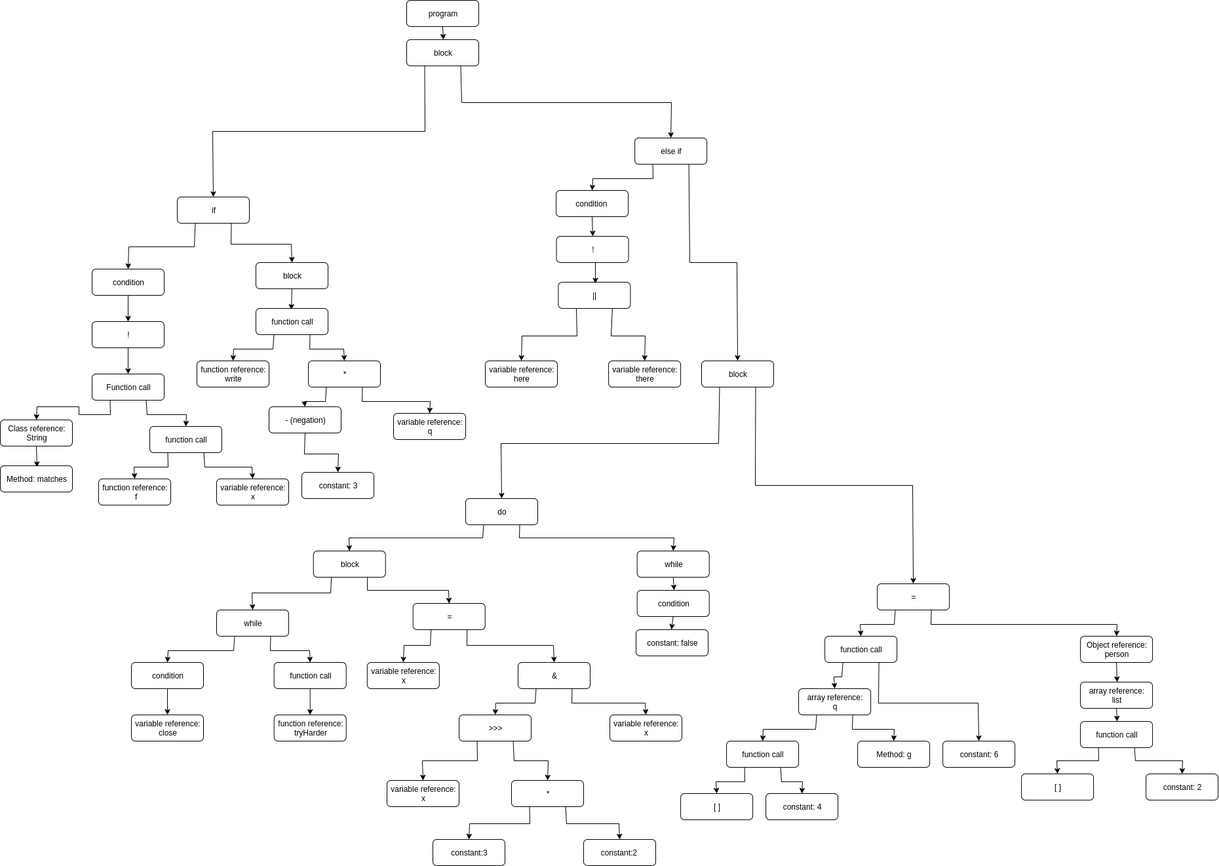
Earlier version of the draw.io export homework1/java_ast.png (Timson99/cmsi488). Source tidied: cells renumbered, new cells last; positions are measured from the earlier drawing's top-left corner, leaving out a move shared by most shapes.
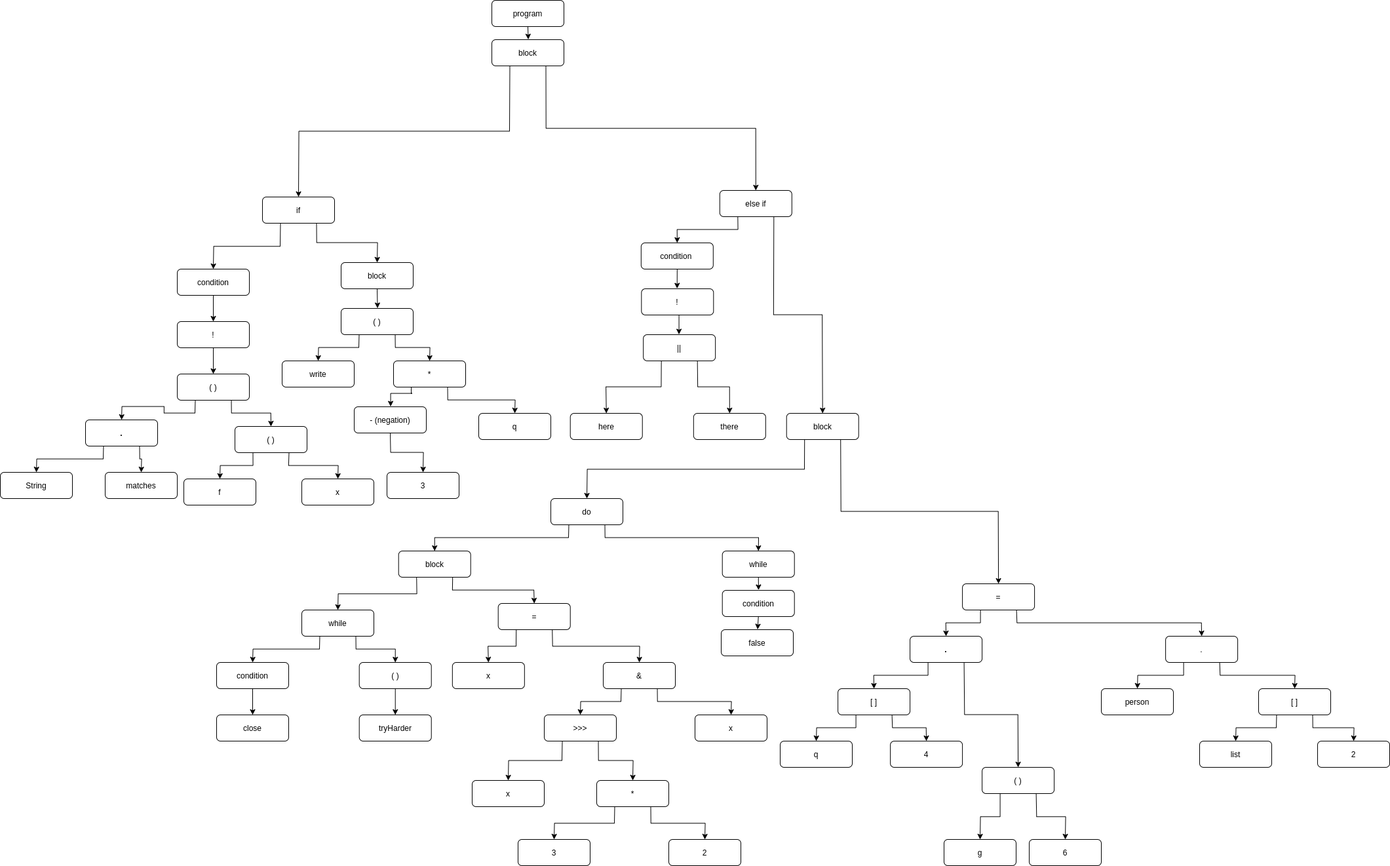
After the commit.

Commit message:
abstracts abstract syntax tree more

The edit, as a diff of the source:
```diff
@@ -52,13 +52,16 @@
     </mxCell>
-    <mxCell id="18" value="Function call" style="rounded=1;whiteSpace=wrap;html=1;" parent="1" vertex="1">
+    <mxCell id="18" value="( )" style="rounded=1;whiteSpace=wrap;html=1;" parent="1" vertex="1">
       <mxGeometry x="140" y="570" width="110" height="40" as="geometry" />
     </mxCell>
-    <mxCell id="19" style="edgeStyle=orthogonalEdgeStyle;rounded=0;jettySize=auto;html=1;exitX=0.5;exitY=1;exitDx=0;exitDy=0;entryX=0.5;entryY=0;entryDx=0;entryDy=0;" parent="1" edge="1" source="20" target="21">
+    <mxCell id="19" style="edgeStyle=orthogonalEdgeStyle;rounded=0;jettySize=auto;html=1;exitX=0.25;exitY=1;exitDx=0;exitDy=0;entryX=0.5;entryY=0;entryDx=0;entryDy=0;" parent="1" edge="1" source="20" target="21">
       <mxGeometry relative="1" as="geometry" />
     </mxCell>
+    <mxCell id="115" style="edgeStyle=orthogonalEdgeStyle;rounded=0;jettySize=auto;html=1;exitX=0.75;exitY=1;exitDx=0;exitDy=0;entryX=0.5;entryY=0;entryDx=0;entryDy=0;" parent="1" edge="1" source="20" target="121">
+      <mxGeometry relative="1" as="geometry" />
+    </mxCell>
-    <mxCell id="20" value="Class reference: String&lt;span style=&quot;color: rgba(0 , 0 , 0 , 0) ; font-family: monospace ; font-size: 0px ; white-space: nowrap&quot;&gt;%3CmxGraphModel%3E%3Croot%3E%3CmxCell%20id%3D%220%22%2F%3E%3CmxCell%20id%3D%221%22%20parent%3D%220%22%2F%3E%3CmxCell%20id%3D%222%22%20value%3D%22%22%20style%3D%22rounded%3D1%3BwhiteSpace%3Dwrap%3Bhtml%3D1%3B%22%20vertex%3D%221%22%20parent%3D%221%22%3E%3CmxGeometry%20x%3D%22-72%22%20y%3D%22390%22%20width%3D%22110%22%20height%3D%2240%22%20as%3D%22geometry%22%2F%3E%3C%2FmxCell%3E%3C%2Froot%3E%3C%2FmxGraphModel%3E&lt;/span&gt;" style="rounded=1;whiteSpace=wrap;html=1;" parent="1" vertex="1">
+    <mxCell id="20" value="&lt;b&gt;.&lt;/b&gt;" style="rounded=1;whiteSpace=wrap;html=1;" parent="1" vertex="1">
       <mxGeometry y="640" width="110" height="40" as="geometry" />
     </mxCell>
-    <mxCell id="21" value="Method: matches" style="rounded=1;whiteSpace=wrap;html=1;" parent="1" vertex="1">
-      <mxGeometry y="710" width="110" height="40" as="geometry" />
+    <mxCell id="21" value="String" style="rounded=1;whiteSpace=wrap;html=1;" parent="1" vertex="1">
+      <mxGeometry x="-130" y="720" width="110" height="40" as="geometry" />
     </mxCell>
@@ -70,9 +73,9 @@
     </mxCell>
-    <mxCell id="24" value="function call" style="rounded=1;whiteSpace=wrap;html=1;" parent="1" vertex="1">
+    <mxCell id="24" value="( )" style="rounded=1;whiteSpace=wrap;html=1;" parent="1" vertex="1">
       <mxGeometry x="228" y="650" width="110" height="40" as="geometry" />
     </mxCell>
-    <mxCell id="25" value="function reference:&lt;br&gt;&amp;nbsp;f" style="rounded=1;whiteSpace=wrap;html=1;" parent="1" vertex="1">
+    <mxCell id="25" value="f" style="rounded=1;whiteSpace=wrap;html=1;" parent="1" vertex="1">
       <mxGeometry x="150" y="730" width="110" height="40" as="geometry" />
     </mxCell>
-    <mxCell id="26" value="variable reference: x" style="rounded=1;whiteSpace=wrap;html=1;" parent="1" vertex="1">
+    <mxCell id="26" value="x" style="rounded=1;whiteSpace=wrap;html=1;" parent="1" vertex="1">
       <mxGeometry x="330" y="730" width="110" height="40" as="geometry" />
@@ -85,6 +88,6 @@
     </mxCell>
-    <mxCell id="29" value="function call" style="rounded=1;whiteSpace=wrap;html=1;" parent="1" vertex="1">
+    <mxCell id="29" value="( )" style="rounded=1;whiteSpace=wrap;html=1;" parent="1" vertex="1">
       <mxGeometry x="390" y="470" width="110" height="40" as="geometry" />
     </mxCell>
-    <mxCell id="30" value="function reference:&lt;br&gt;write" style="rounded=1;whiteSpace=wrap;html=1;" parent="1" vertex="1">
+    <mxCell id="30" value="write" style="rounded=1;whiteSpace=wrap;html=1;" parent="1" vertex="1">
       <mxGeometry x="300" y="550" width="110" height="40" as="geometry" />
@@ -92,3 +95,8 @@
     <mxCell id="31" style="edgeStyle=orthogonalEdgeStyle;rounded=0;jettySize=auto;html=1;exitX=0.25;exitY=1;exitDx=0;exitDy=0;entryX=0.5;entryY=0;entryDx=0;entryDy=0;" parent="1" edge="1" source="33" target="35">
-      <mxGeometry relative="1" as="geometry" />
+      <mxGeometry relative="1" as="geometry">
+        <Array as="points">
+          <mxPoint x="498" y="600" />
+          <mxPoint x="465" y="600" />
+        </Array>
+      </mxGeometry>
     </mxCell>
@@ -106,6 +114,6 @@
     </mxCell>
-    <mxCell id="36" value="constant: 3&lt;span style=&quot;color: rgba(0 , 0 , 0 , 0) ; font-family: monospace ; font-size: 0px ; white-space: nowrap&quot;&gt;%3CmxGraphModel%3E%3Croot%3E%3CmxCell%20id%3D%220%22%2F%3E%3CmxCell%20id%3D%221%22%20parent%3D%220%22%2F%3E%3CmxCell%20id%3D%222%22%20value%3D%22%22%20style%3D%22rounded%3D1%3BwhiteSpace%3Dwrap%3Bhtml%3D1%3B%22%20vertex%3D%221%22%20parent%3D%221%22%3E%3CmxGeometry%20x%3D%22-72%22%20y%3D%22390%22%20width%3D%22110%22%20height%3D%2240%22%20as%3D%22geometry%22%2F%3E%3C%2FmxCell%3E%3C%2Froot%3E%3C%2FmxGraphModel%3E&lt;/span&gt;" style="rounded=1;whiteSpace=wrap;html=1;" parent="1" vertex="1">
+    <mxCell id="36" value="3" style="rounded=1;whiteSpace=wrap;html=1;" parent="1" vertex="1">
       <mxGeometry x="460" y="720" width="110" height="40" as="geometry" />
     </mxCell>
-    <mxCell id="37" value="variable reference:&lt;br&gt;q" style="rounded=1;whiteSpace=wrap;html=1;" parent="1" vertex="1">
+    <mxCell id="37" value="q" style="rounded=1;whiteSpace=wrap;html=1;" parent="1" vertex="1">
       <mxGeometry x="600" y="630" width="110" height="40" as="geometry" />
@@ -119,3 +127,3 @@
     <mxCell id="40" value="else if" style="rounded=1;whiteSpace=wrap;html=1;" parent="1" vertex="1">
-      <mxGeometry x="968.1" y="210" width="110" height="40" as="geometry" />
+      <mxGeometry x="967.8" y="290" width="110" height="40" as="geometry" />
     </mxCell>
@@ -125,3 +133,3 @@
     <mxCell id="42" value="condition&amp;nbsp;&lt;span style=&quot;color: rgba(0 , 0 , 0 , 0) ; font-family: monospace ; font-size: 0px ; white-space: nowrap&quot;&gt;%3CmxGraphModel%3E%3Croot%3E%3CmxCell%20id%3D%220%22%2F%3E%3CmxCell%20id%3D%221%22%20parent%3D%220%22%2F%3E%3CmxCell%20id%3D%222%22%20value%3D%22%22%20style%3D%22rounded%3D1%3BwhiteSpace%3Dwrap%3Bhtml%3D1%3B%22%20vertex%3D%221%22%20parent%3D%221%22%3E%3CmxGeometry%20x%3D%22460%22%20y%3D%22150%22%20width%3D%22110%22%20height%3D%2240%22%20as%3D%22geometry%22%2F%3E%3C%2FmxCell%3E%3C%2Froot%3E%3C%2FmxGraphModel%3E&lt;/span&gt;" style="rounded=1;whiteSpace=wrap;html=1;" parent="1" vertex="1">
-      <mxGeometry x="848.1" y="290" width="110" height="40" as="geometry" />
+      <mxGeometry x="847.8" y="370" width="110" height="40" as="geometry" />
     </mxCell>
@@ -134,3 +142,3 @@
     <mxCell id="45" value="block" style="rounded=1;whiteSpace=wrap;html=1;" parent="1" vertex="1">
-      <mxGeometry x="1070" y="550" width="110" height="40" as="geometry" />
+      <mxGeometry x="1069.7" y="630" width="110" height="40" as="geometry" />
     </mxCell>
@@ -140,3 +148,3 @@
     <mxCell id="47" value="!" style="rounded=1;whiteSpace=wrap;html=1;" parent="1" vertex="1">
-      <mxGeometry x="848.6" y="360" width="110" height="40" as="geometry" />
+      <mxGeometry x="848.3" y="440" width="110" height="40" as="geometry" />
     </mxCell>
@@ -149,9 +157,9 @@
     <mxCell id="50" value="||" style="rounded=1;whiteSpace=wrap;html=1;" parent="1" vertex="1">
-      <mxGeometry x="851.4" y="430" width="110" height="40" as="geometry" />
+      <mxGeometry x="851.1" y="510" width="110" height="40" as="geometry" />
     </mxCell>
-    <mxCell id="51" value="variable reference:&lt;br&gt;here&lt;span style=&quot;color: rgba(0 , 0 , 0 , 0) ; font-family: monospace ; font-size: 0px ; white-space: nowrap&quot;&gt;%3CmxGraphModel%3E%3Croot%3E%3CmxCell%20id%3D%220%22%2F%3E%3CmxCell%20id%3D%221%22%20parent%3D%220%22%2F%3E%3CmxCell%20id%3D%222%22%20value%3D%22%22%20style%3D%22rounded%3D1%3BwhiteSpace%3Dwrap%3Bhtml%3D1%3B%22%20vertex%3D%221%22%20parent%3D%221%22%3E%3CmxGeometry%20x%3D%221073.33%22%20y%3D%22350%22%20width%3D%22110%22%20height%3D%2240%22%20as%3D%22geometry%22%2F%3E%3C%2FmxCell%3E%3C%2Froot%3E%3C%2FmxGraphModel%3E&lt;/span&gt;" style="rounded=1;whiteSpace=wrap;html=1;" parent="1" vertex="1">
-      <mxGeometry x="740" y="550" width="110" height="40" as="geometry" />
+    <mxCell id="51" value="here" style="rounded=1;whiteSpace=wrap;html=1;" parent="1" vertex="1">
+      <mxGeometry x="739.7" y="630" width="110" height="40" as="geometry" />
     </mxCell>
-    <mxCell id="52" value="variable reference:&lt;br&gt;there" style="rounded=1;whiteSpace=wrap;html=1;" parent="1" vertex="1">
-      <mxGeometry x="928.1" y="550" width="110" height="40" as="geometry" />
+    <mxCell id="52" value="there" style="rounded=1;whiteSpace=wrap;html=1;" parent="1" vertex="1">
+      <mxGeometry x="927.8" y="630" width="110" height="40" as="geometry" />
     </mxCell>
@@ -187,3 +195,3 @@
     </mxCell>
-    <mxCell id="63" value="constant: false" style="rounded=1;whiteSpace=wrap;html=1;" parent="1" vertex="1">
+    <mxCell id="63" value="false" style="rounded=1;whiteSpace=wrap;html=1;" parent="1" vertex="1">
       <mxGeometry x="970" y="960" width="110" height="40" as="geometry" />
@@ -205,3 +213,3 @@
     </mxCell>
-    <mxCell id="69" value="variable reference:&lt;br&gt;close" style="rounded=1;whiteSpace=wrap;html=1;" parent="1" vertex="1">
+    <mxCell id="69" value="close" style="rounded=1;whiteSpace=wrap;html=1;" parent="1" vertex="1">
       <mxGeometry x="200" y="1090" width="110" height="40" as="geometry" />
@@ -211,6 +219,6 @@
     </mxCell>
-    <mxCell id="71" value="function call&lt;span style=&quot;color: rgba(0 , 0 , 0 , 0) ; font-family: monospace ; font-size: 0px ; white-space: nowrap&quot;&gt;%3CmxGraphModel%3E%3Croot%3E%3CmxCell%20id%3D%220%22%2F%3E%3CmxCell%20id%3D%221%22%20parent%3D%220%22%2F%3E%3CmxCell%20id%3D%222%22%20value%3D%22%22%20style%3D%22rounded%3D1%3BwhiteSpace%3Dwrap%3Bhtml%3D1%3B%22%20vertex%3D%221%22%20parent%3D%221%22%3E%3CmxGeometry%20x%3D%221577.71%22%20y%3D%22370%22%20width%3D%22110%22%20height%3D%2240%22%20as%3D%22geometry%22%2F%3E%3C%2FmxCell%3E%3C%2Froot%3E%3C%2FmxGraphModel%3E&lt;/span&gt;" style="rounded=1;whiteSpace=wrap;html=1;" parent="1" vertex="1">
+    <mxCell id="71" value="( )" style="rounded=1;whiteSpace=wrap;html=1;" parent="1" vertex="1">
       <mxGeometry x="417.7" y="1010" width="110" height="40" as="geometry" />
     </mxCell>
-    <mxCell id="72" value="function reference:&lt;br&gt;tryHarder" style="rounded=1;whiteSpace=wrap;html=1;" parent="1" vertex="1">
+    <mxCell id="72" value="tryHarder" style="rounded=1;whiteSpace=wrap;html=1;" parent="1" vertex="1">
       <mxGeometry x="417.7" y="1090" width="110" height="40" as="geometry" />
@@ -226,3 +234,3 @@
     </mxCell>
-    <mxCell id="76" value="variable reference:&lt;br&gt;x" style="rounded=1;whiteSpace=wrap;html=1;" parent="1" vertex="1">
+    <mxCell id="76" value="x" style="rounded=1;whiteSpace=wrap;html=1;" parent="1" vertex="1">
       <mxGeometry x="559.8" y="1010" width="110" height="40" as="geometry" />
@@ -247,6 +255,6 @@
     </mxCell>
-    <mxCell id="83" value="variable reference:&lt;br&gt;x" style="rounded=1;whiteSpace=wrap;html=1;" parent="1" vertex="1">
+    <mxCell id="83" value="x" style="rounded=1;whiteSpace=wrap;html=1;" parent="1" vertex="1">
       <mxGeometry x="930" y="1090" width="110" height="40" as="geometry" />
     </mxCell>
-    <mxCell id="84" value="variable reference:&lt;br&gt;x" style="rounded=1;whiteSpace=wrap;html=1;" parent="1" vertex="1">
+    <mxCell id="84" value="x" style="rounded=1;whiteSpace=wrap;html=1;" parent="1" vertex="1">
       <mxGeometry x="590" y="1190" width="110" height="40" as="geometry" />
@@ -262,6 +270,6 @@
     </mxCell>
-    <mxCell id="88" value="constant:3" style="rounded=1;whiteSpace=wrap;html=1;" parent="1" vertex="1">
+    <mxCell id="88" value="3" style="rounded=1;whiteSpace=wrap;html=1;" parent="1" vertex="1">
       <mxGeometry x="660" y="1280" width="110" height="40" as="geometry" />
     </mxCell>
-    <mxCell id="89" value="constant:2&amp;nbsp;" style="rounded=1;whiteSpace=wrap;html=1;" parent="1" vertex="1">
+    <mxCell id="89" value="2" style="rounded=1;whiteSpace=wrap;html=1;" parent="1" vertex="1">
       <mxGeometry x="890" y="1280" width="110" height="40" as="geometry" />
@@ -283,28 +291,19 @@
     </mxCell>
-    <mxCell id="95" value="array reference:&lt;br&gt;q" style="rounded=1;whiteSpace=wrap;html=1;" parent="1" vertex="1">
-      <mxGeometry x="1218.1" y="1050" width="110" height="40" as="geometry" />
+    <mxCell id="95" value="[ ]" style="rounded=1;whiteSpace=wrap;html=1;" parent="1" vertex="1">
+      <mxGeometry x="1148.1" y="1050" width="110" height="40" as="geometry" />
     </mxCell>
-    <mxCell id="96" style="edgeStyle=orthogonalEdgeStyle;rounded=0;jettySize=auto;html=1;exitX=0.25;exitY=1;exitDx=0;exitDy=0;entryX=0.5;entryY=0;entryDx=0;entryDy=0;" parent="1" edge="1" source="98" target="99">
-      <mxGeometry relative="1" as="geometry" />
-    </mxCell>
-    <mxCell id="97" style="edgeStyle=orthogonalEdgeStyle;rounded=0;jettySize=auto;html=1;exitX=0.75;exitY=1;exitDx=0;exitDy=0;entryX=0.5;entryY=0;entryDx=0;entryDy=0;" parent="1" edge="1" source="98" target="100">
-      <mxGeometry relative="1" as="geometry" />
-    </mxCell>
-    <mxCell id="98" value="function call" style="rounded=1;whiteSpace=wrap;html=1;" parent="1" vertex="1">
-      <mxGeometry x="1108.1" y="1130" width="110" height="40" as="geometry" />
+    <mxCell id="98" value="q" style="rounded=1;whiteSpace=wrap;html=1;" parent="1" vertex="1">
+      <mxGeometry x="1060" y="1130" width="110" height="40" as="geometry" />
     </mxCell>
-    <mxCell id="99" value="[ ]" style="rounded=1;whiteSpace=wrap;html=1;" parent="1" vertex="1">
-      <mxGeometry x="1038.1" y="1210" width="110" height="40" as="geometry" />
-    </mxCell>
-    <mxCell id="100" value="constant: 4" style="rounded=1;whiteSpace=wrap;html=1;" parent="1" vertex="1">
-      <mxGeometry x="1168.1" y="1210" width="110" height="40" as="geometry" />
-    </mxCell>
+    <mxCell id="116" style="edgeStyle=orthogonalEdgeStyle;rounded=0;jettySize=auto;html=1;exitX=0.25;exitY=1;exitDx=0;exitDy=0;entryX=0.5;entryY=0;entryDx=0;entryDy=0;" parent="1" edge="1" source="102" target="124">
+      <mxGeometry relative="1" as="geometry" />
+    </mxCell>
-    <mxCell id="101" style="edgeStyle=orthogonalEdgeStyle;rounded=0;jettySize=auto;html=1;exitX=0.5;exitY=1;exitDx=0;exitDy=0;entryX=0.5;entryY=0;entryDx=0;entryDy=0;" parent="1" edge="1" source="102" target="109">
+    <mxCell id="101" style="edgeStyle=orthogonalEdgeStyle;rounded=0;jettySize=auto;html=1;exitX=0.75;exitY=1;exitDx=0;exitDy=0;entryX=0.5;entryY=0;entryDx=0;entryDy=0;" parent="1" edge="1" source="102" target="109">
       <mxGeometry relative="1" as="geometry" />
     </mxCell>
-    <mxCell id="102" value="Object reference:&lt;br&gt;person" style="rounded=1;whiteSpace=wrap;html=1;" parent="1" vertex="1">
+    <mxCell id="102" value="." style="rounded=1;whiteSpace=wrap;html=1;" parent="1" vertex="1">
       <mxGeometry x="1648.1" y="970" width="110" height="40" as="geometry" />
     </mxCell>
-    <mxCell id="103" value="Method: g" style="rounded=1;whiteSpace=wrap;html=1;" parent="1" vertex="1">
-      <mxGeometry x="1308.1" y="1130" width="110" height="40" as="geometry" />
+    <mxCell id="103" value="4" style="rounded=1;whiteSpace=wrap;html=1;" parent="1" vertex="1">
+      <mxGeometry x="1228.1" y="1130" width="110" height="40" as="geometry" />
     </mxCell>
@@ -316,29 +315,41 @@
     </mxCell>
-    <mxCell id="106" value="function call" style="rounded=1;whiteSpace=wrap;html=1;" parent="1" vertex="1">
+    <mxCell id="106" value="&lt;b&gt;.&lt;/b&gt;" style="rounded=1;whiteSpace=wrap;html=1;" parent="1" vertex="1">
       <mxGeometry x="1258.1" y="970" width="110" height="40" as="geometry" />
     </mxCell>
+    <mxCell id="117" style="edgeStyle=orthogonalEdgeStyle;rounded=0;jettySize=auto;html=1;exitX=0.25;exitY=1;exitDx=0;exitDy=0;entryX=0.5;entryY=0;entryDx=0;entryDy=0;" parent="1" edge="1" source="107" target="122">
+      <mxGeometry relative="1" as="geometry" />
+    </mxCell>
+    <mxCell id="118" style="edgeStyle=orthogonalEdgeStyle;rounded=0;jettySize=auto;html=1;exitX=0.75;exitY=1;exitDx=0;exitDy=0;entryX=0.5;entryY=0;entryDx=0;entryDy=0;" parent="1" edge="1" source="107" target="123">
+      <mxGeometry relative="1" as="geometry" />
+    </mxCell>
-    <mxCell id="107" value="constant: 6" style="rounded=1;whiteSpace=wrap;html=1;" parent="1" vertex="1">
-      <mxGeometry x="1438.1" y="1130" width="110" height="40" as="geometry" />
+    <mxCell id="107" value="( )" style="rounded=1;whiteSpace=wrap;html=1;" parent="1" vertex="1">
+      <mxGeometry x="1368.1" y="1170" width="110" height="40" as="geometry" />
     </mxCell>
-    <mxCell id="108" style="edgeStyle=orthogonalEdgeStyle;rounded=0;jettySize=auto;html=1;exitX=0.5;exitY=1;exitDx=0;exitDy=0;entryX=0.5;entryY=0;entryDx=0;entryDy=0;" parent="1" edge="1" source="109" target="112">
-      <mxGeometry relative="1" as="geometry" />
-    </mxCell>
+    <mxCell id="119" style="edgeStyle=orthogonalEdgeStyle;rounded=0;jettySize=auto;html=1;exitX=0.25;exitY=1;exitDx=0;exitDy=0;entryX=0.5;entryY=0;entryDx=0;entryDy=0;" parent="1" edge="1" source="109" target="125">
+      <mxGeometry relative="1" as="geometry" />
+    </mxCell>
+    <mxCell id="120" style="edgeStyle=orthogonalEdgeStyle;rounded=0;jettySize=auto;html=1;exitX=0.75;exitY=1;exitDx=0;exitDy=0;entryX=0.5;entryY=0;entryDx=0;entryDy=0;" parent="1" edge="1" source="109" target="126">
+      <mxGeometry relative="1" as="geometry" />
+    </mxCell>
-    <mxCell id="109" value="array reference:&lt;br&gt;list" style="rounded=1;whiteSpace=wrap;html=1;" parent="1" vertex="1">
-      <mxGeometry x="1648.1" y="1040" width="110" height="40" as="geometry" />
+    <mxCell id="109" value="[ ]" style="rounded=1;whiteSpace=wrap;html=1;" parent="1" vertex="1">
+      <mxGeometry x="1790" y="1050" width="110" height="40" as="geometry" />
     </mxCell>
-    <mxCell id="110" style="edgeStyle=orthogonalEdgeStyle;rounded=0;jettySize=auto;html=1;exitX=0.25;exitY=1;exitDx=0;exitDy=0;entryX=0.5;entryY=0;entryDx=0;entryDy=0;" parent="1" edge="1" source="112" target="113">
-      <mxGeometry relative="1" as="geometry" />
-    </mxCell>
-    <mxCell id="111" style="edgeStyle=orthogonalEdgeStyle;rounded=0;jettySize=auto;html=1;exitX=0.75;exitY=1;exitDx=0;exitDy=0;entryX=0.5;entryY=0;entryDx=0;entryDy=0;" parent="1" edge="1" source="112" target="114">
-      <mxGeometry relative="1" as="geometry" />
-    </mxCell>
-    <mxCell id="112" value="function call" style="rounded=1;whiteSpace=wrap;html=1;" parent="1" vertex="1">
-      <mxGeometry x="1648.1" y="1100" width="110" height="40" as="geometry" />
-    </mxCell>
-    <mxCell id="113" value="[ ]" style="rounded=1;whiteSpace=wrap;html=1;" parent="1" vertex="1">
-      <mxGeometry x="1558.1" y="1180" width="110" height="40" as="geometry" />
-    </mxCell>
-    <mxCell id="114" value="constant: 2" style="rounded=1;whiteSpace=wrap;html=1;" parent="1" vertex="1">
-      <mxGeometry x="1748.1" y="1180" width="110" height="40" as="geometry" />
-    </mxCell>
+    <mxCell id="121" value="matches" style="rounded=1;whiteSpace=wrap;html=1;" parent="1" vertex="1">
+      <mxGeometry x="30" y="720" width="110" height="40" as="geometry" />
+    </mxCell>
+    <mxCell id="122" value="g" style="rounded=1;whiteSpace=wrap;html=1;" parent="1" vertex="1">
+      <mxGeometry x="1310" y="1280" width="110" height="40" as="geometry" />
+    </mxCell>
+    <mxCell id="123" value="6" style="rounded=1;whiteSpace=wrap;html=1;" parent="1" vertex="1">
+      <mxGeometry x="1440" y="1280" width="110" height="40" as="geometry" />
+    </mxCell>
+    <mxCell id="124" value="person" style="rounded=1;whiteSpace=wrap;html=1;" parent="1" vertex="1">
+      <mxGeometry x="1550" y="1050" width="110" height="40" as="geometry" />
+    </mxCell>
+    <mxCell id="125" value="list" style="rounded=1;whiteSpace=wrap;html=1;" parent="1" vertex="1">
+      <mxGeometry x="1700" y="1130" width="110" height="40" as="geometry" />
+    </mxCell>
+    <mxCell id="126" value="2" style="rounded=1;whiteSpace=wrap;html=1;" parent="1" vertex="1">
+      <mxGeometry x="1880" y="1130" width="110" height="40" as="geometry" />
+    </mxCell>
   </root>
```
